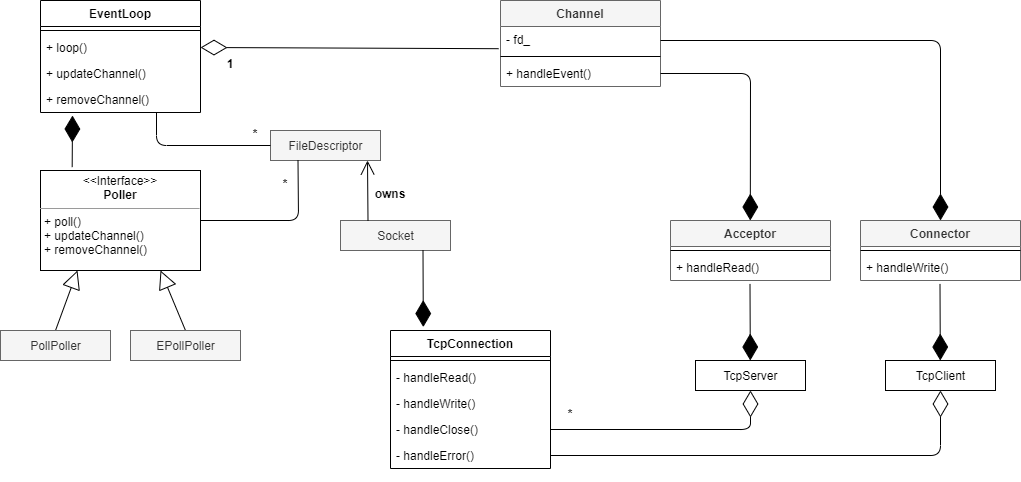
budongsi/NetL keeps this draw.io diagram as design/NetL_UML.png. Above is the earlier version. Source tidied: cells renumbered, new cells last; positions are measured from the earlier drawing's top-left corner, leaving out a move shared by most shapes.
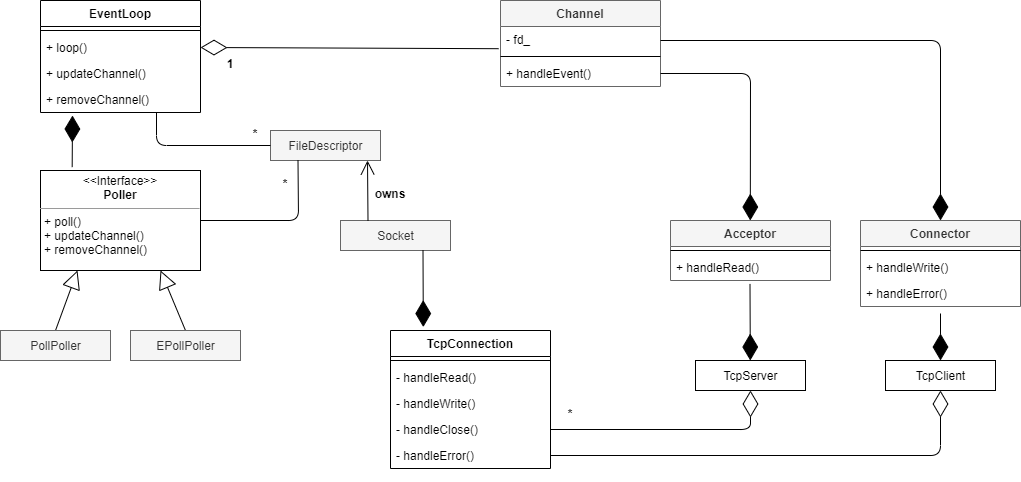
Above is the later version.

What changed in the source:
```diff
@@ -86,7 +86,7 @@
       <mxGeometry y="34" width="160" height="26" as="geometry" />
     </mxCell>
     <mxCell id="29" value="Connector" style="swimlane;fontStyle=1;align=center;verticalAlign=top;horizontal=1;startSize=26;fillColor=#f5f5f5;strokeColor=#666666;fontColor=#333333;" parent="1" vertex="1">
-      <mxGeometry x="860" y="220" width="160" height="60" as="geometry" />
+      <mxGeometry x="860" y="220" width="160" height="86" as="geometry" />
     </mxCell>
     <mxCell id="30" style="line;strokeWidth=1;fillColor=none;align=left;verticalAlign=middle;spacingTop=-1;spacingLeft=3;spacingRight=3;labelPosition=right;" parent="29" vertex="1">
       <mxGeometry y="26" width="160" height="8" as="geometry" />
@@ -94,6 +94,9 @@
     <mxCell id="31" value="+ handleWrite()" style="text;strokeColor=none;fillColor=none;align=left;verticalAlign=top;spacingLeft=4;spacingRight=4;overflow=hidden;" parent="29" vertex="1">
       <mxGeometry y="34" width="160" height="26" as="geometry" />
     </mxCell>
+    <mxCell id="51" value="+ handleError()" style="text;strokeColor=none;fillColor=none;align=left;verticalAlign=top;spacingLeft=4;spacingRight=4;overflow=hidden;" parent="29" vertex="1">
+      <mxGeometry y="60" width="160" height="26" as="geometry" />
+    </mxCell>
     <mxCell id="32" value="TcpServer" style="html=1;" parent="1" vertex="1">
       <mxGeometry x="695" y="360" width="110" height="30" as="geometry" />
     </mxCell>
@@ -143,10 +146,9 @@
         <mxPoint x="749.8" y="360" as="targetPoint" />
       </mxGeometry>
     </mxCell>
-    <mxCell id="43" style="endArrow=diamondThin;endFill=1;endSize=24;html=1;strokeWidth=1;exitX=0.75;exitY=1;exitDx=0;exitDy=0;entryX=0.205;entryY=-0.025;entryDx=0;entryDy=0;entryPerimeter=0;" parent="1" edge="1">
+    <mxCell id="43" style="endArrow=diamondThin;endFill=1;endSize=24;html=1;strokeWidth=1;entryX=0.5;entryY=0;entryDx=0;entryDy=0;" parent="1" edge="1" target="33">
       <mxGeometry relative="1" as="geometry">
-        <mxPoint x="939.5" y="283.5" as="sourcePoint" />
-        <mxPoint x="939.8" y="360" as="targetPoint" />
+        <mxPoint x="940" y="313" as="sourcePoint" />
       </mxGeometry>
     </mxCell>
     <mxCell id="44" style="endArrow=diamondThin;endFill=1;endSize=24;html=1;strokeWidth=1;exitX=1;exitY=0.5;exitDx=0;exitDy=0;entryX=0.205;entryY=-0.025;entryDx=0;entryDy=0;entryPerimeter=0;" parent="1" edge="1" source="19">
```
